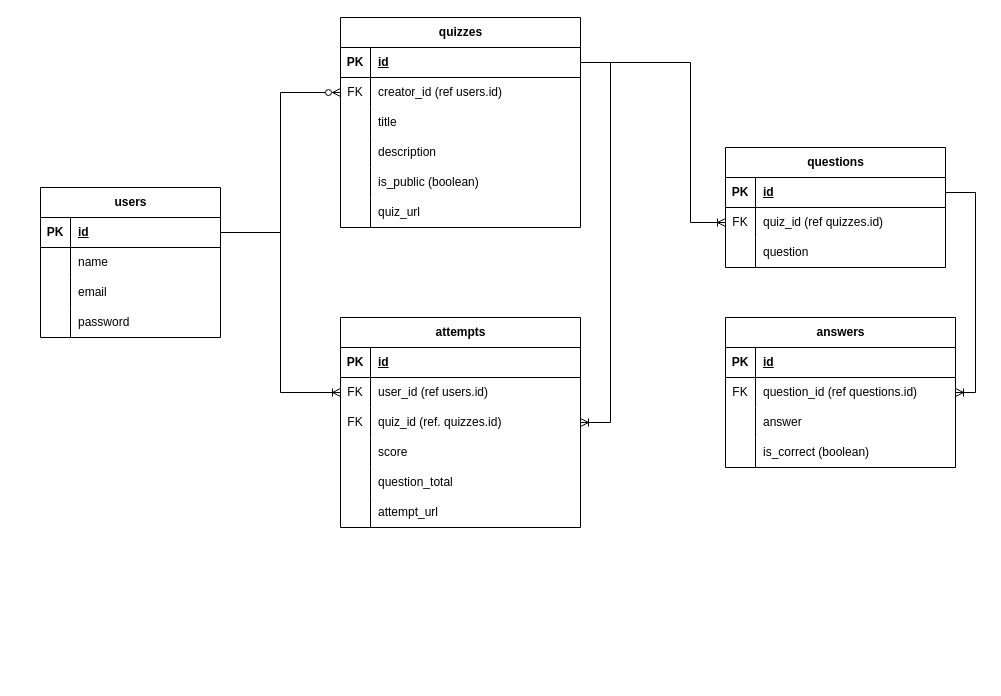
ArcaneCipher/QuizQuest keeps this draw.io diagram as db/QuizQuest_ERD.drawio. Above is the earlier version. Source tidied: cells renumbered, new cells numbered last; positions are measured from the earlier drawing's top-left corner, leaving out a move shared by most shapes. Both pictures are drawn from the tidied source at 100%, with x=0, y=0 at pixel (40, 17).
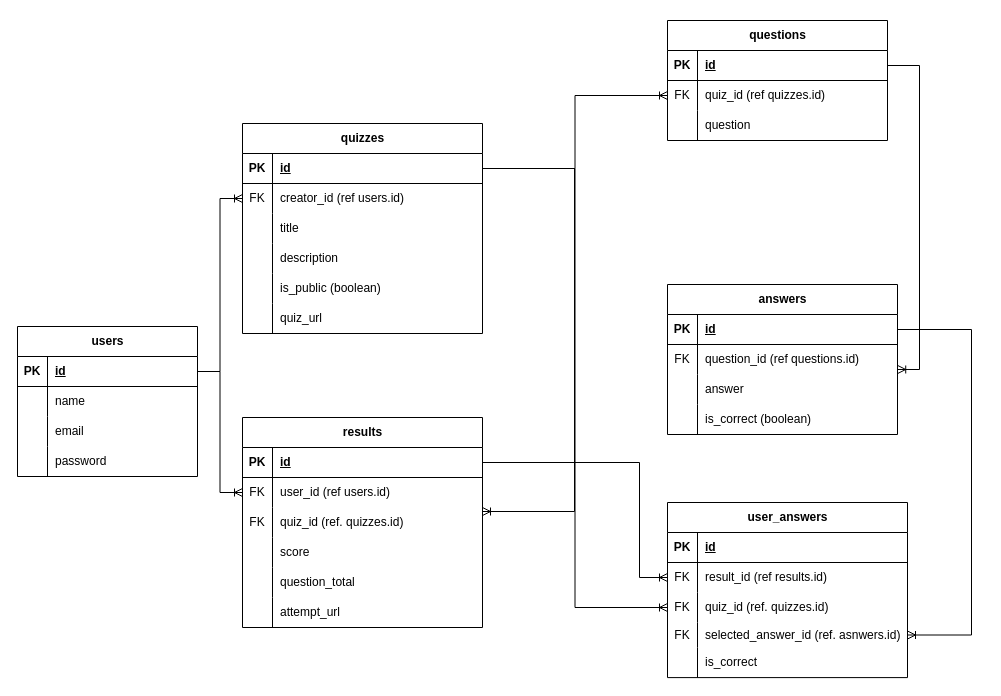
Above is the later version.

Commit message:
Add user_answers to ERD

Unchanged cells that the change refers to:
```xml
<mxCell id="3" style="shape=tableRow;horizontal=0;startSize=0;swimlaneHead=0;swimlaneBody=0;fillColor=none;points=[[0,0.5],[1,0.5]];portConstraint=eastwest;top=0;left=0;right=0;bottom=1;" parent="2" vertex="1">
  <mxGeometry y="30" width="180" height="30" as="geometry" />
</mxCell>
<mxCell id="16" style="shape=tableRow;horizontal=0;startSize=0;swimlaneHead=0;swimlaneBody=0;fillColor=none;points=[[0,0.5],[1,0.5]];portConstraint=eastwest;top=0;left=0;right=0;bottom=1;" parent="15" vertex="1">
  <mxGeometry y="30" width="240" height="30" as="geometry" />
</mxCell>
<mxCell id="19" style="shape=tableRow;horizontal=0;startSize=0;swimlaneHead=0;swimlaneBody=0;fillColor=none;points=[[0,0.5],[1,0.5]];portConstraint=eastwest;top=0;left=0;right=0;bottom=0;" parent="15" vertex="1">
  <mxGeometry y="60" width="240" height="30" as="geometry" />
</mxCell>
<mxCell id="36" style="shape=tableRow;horizontal=0;startSize=0;swimlaneHead=0;swimlaneBody=0;fillColor=none;points=[[0,0.5],[1,0.5]];portConstraint=eastwest;top=0;left=0;right=0;bottom=1;" parent="35" vertex="1">
  <mxGeometry y="30" width="220" height="30" as="geometry" />
</mxCell>
<mxCell id="39" style="shape=tableRow;horizontal=0;startSize=0;swimlaneHead=0;swimlaneBody=0;fillColor=none;points=[[0,0.5],[1,0.5]];portConstraint=eastwest;top=0;left=0;right=0;bottom=0;" parent="35" vertex="1">
  <mxGeometry y="60" width="220" height="30" as="geometry" />
</mxCell>
<mxCell id="47" style="shape=tableRow;horizontal=0;startSize=0;swimlaneHead=0;swimlaneBody=0;fillColor=none;points=[[0,0.5],[1,0.5]];portConstraint=eastwest;top=0;left=0;right=0;bottom=1;" parent="46" vertex="1">
  <mxGeometry y="30" width="230" height="30" as="geometry" />
</mxCell>
<mxCell id="50" style="shape=tableRow;horizontal=0;startSize=0;swimlaneHead=0;swimlaneBody=0;fillColor=none;points=[[0,0.5],[1,0.5]];portConstraint=eastwest;top=0;left=0;right=0;bottom=0;" parent="46" vertex="1">
  <mxGeometry y="60" width="230" height="30" as="geometry" />
</mxCell>
<mxCell id="61" style="shape=tableRow;horizontal=0;startSize=0;swimlaneHead=0;swimlaneBody=0;fillColor=none;points=[[0,0.5],[1,0.5]];portConstraint=eastwest;top=0;left=0;right=0;bottom=1;" parent="60" vertex="1">
  <mxGeometry y="30" width="240" height="30" as="geometry" />
</mxCell>
<mxCell id="64" style="shape=tableRow;horizontal=0;startSize=0;swimlaneHead=0;swimlaneBody=0;fillColor=none;points=[[0,0.5],[1,0.5]];portConstraint=eastwest;top=0;left=0;right=0;bottom=0;" parent="60" vertex="1">
  <mxGeometry y="60" width="240" height="30" as="geometry" />
</mxCell>
<mxCell id="67" style="shape=tableRow;horizontal=0;startSize=0;swimlaneHead=0;swimlaneBody=0;fillColor=none;points=[[0,0.5],[1,0.5]];portConstraint=eastwest;top=0;left=0;right=0;bottom=0;" parent="60" vertex="1">
  <mxGeometry y="90" width="240" height="30" as="geometry" />
</mxCell>
```

The edit, as a diff of the source:
```diff
@@
     <mxCell id="2" value="users" style="shape=table;startSize=30;childLayout=tableLayout;rowLines=0;fontStyle=1;align=center;html=1;" parent="1" vertex="1">
-      <mxGeometry y="170" width="180" height="150" as="geometry" />
+      <mxGeometry x="-23" y="309" width="180" height="150" as="geometry" />
     </mxCell>
@@
     <mxCell id="15" value="quizzes" style="shape=table;startSize=30;childLayout=tableLayout;rowLines=0;fontStyle=1;align=center;html=1;" parent="1" vertex="1">
-      <mxGeometry x="300" width="240" height="210" as="geometry" />
+      <mxGeometry x="202" y="106" width="240" height="210" as="geometry" />
     </mxCell>
@@
-    <mxCell id="34" style="edgeStyle=orthogonalEdgeStyle;rounded=0;jettySize=auto;html=1;entryX=0;entryY=0.5;entryDx=0;entryDy=0;endArrow=ERzeroToMany;endFill=0;exitX=1;exitY=0.5;exitDx=0;exitDy=0;" parent="1" edge="1" source="3" target="19">
-      <mxGeometry relative="1" as="geometry" />
-    </mxCell>
     <mxCell id="35" value="questions" style="shape=table;startSize=30;childLayout=tableLayout;rowLines=0;fontStyle=1;align=center;html=1;" parent="1" vertex="1">
-      <mxGeometry x="685" y="130" width="220" height="120" as="geometry" />
+      <mxGeometry x="627" y="3" width="220" height="120" as="geometry" />
     </mxCell>
@@
-    <mxCell id="45" style="edgeStyle=orthogonalEdgeStyle;rounded=0;jettySize=auto;html=1;endArrow=ERoneToMany;endFill=0;" parent="1" edge="1" source="16" target="39">
-      <mxGeometry relative="1" as="geometry">
-        <Array as="points">
-          <mxPoint x="650" y="45" />
-          <mxPoint x="650" y="205" />
-        </Array>
-      </mxGeometry>
-    </mxCell>
     <mxCell id="46" value="answers" style="shape=table;startSize=30;childLayout=tableLayout;rowLines=0;fontStyle=1;align=center;html=1;" parent="1" vertex="1">
-      <mxGeometry x="685" y="300" width="230" height="150" as="geometry" />
+      <mxGeometry x="627" y="267" width="230" height="150" as="geometry" />
     </mxCell>
@@
-    <mxCell id="59" style="edgeStyle=orthogonalEdgeStyle;rounded=0;jettySize=auto;html=1;entryX=1;entryY=0.5;entryDx=0;entryDy=0;endArrow=ERoneToMany;endFill=0;" parent="1" edge="1" source="36" target="50">
-      <mxGeometry relative="1" as="geometry" />
-    </mxCell>
-    <mxCell id="60" value="attempts" style="shape=table;startSize=30;childLayout=tableLayout;rowLines=0;fontStyle=1;align=center;html=1;" parent="1" vertex="1">
-      <mxGeometry x="300" y="300" width="240" height="210" as="geometry" />
+    <mxCell id="60" value="results" style="shape=table;startSize=30;childLayout=tableLayout;rowLines=0;fontStyle=1;align=center;html=1;" parent="1" vertex="1">
+      <mxGeometry x="202" y="400" width="240" height="210" as="geometry" />
     </mxCell>
@@
+    <mxCell id="81" value="user_answers" style="shape=table;startSize=30;childLayout=tableLayout;rowLines=0;fontStyle=1;align=center;html=1;" parent="1" vertex="1">
+      <mxGeometry x="627" y="485" width="240" height="175.1" as="geometry" />
+    </mxCell>
+    <mxCell id="82" style="shape=tableRow;horizontal=0;startSize=0;swimlaneHead=0;swimlaneBody=0;fillColor=none;top=0;left=0;right=0;bottom=1;" parent="81" vertex="1">
+      <mxGeometry y="30" width="240" height="30" as="geometry" />
+    </mxCell>
+    <mxCell id="83" value="PK" style="shape=partialRectangle;fillColor=none;top=0;left=0;bottom=0;right=0;fontStyle=1;overflow=hidden;whiteSpace=wrap;html=1;" parent="82" vertex="1">
+      <mxGeometry width="30" height="30" as="geometry" />
+    </mxCell>
+    <mxCell id="84" value="id" style="shape=partialRectangle;fillColor=none;top=0;left=0;bottom=0;right=0;align=left;spacingLeft=6;fontStyle=5;overflow=hidden;whiteSpace=wrap;html=1;" parent="82" vertex="1">
+      <mxGeometry x="30" width="210" height="30" as="geometry" />
+    </mxCell>
+    <mxCell id="85" style="shape=tableRow;horizontal=0;startSize=0;swimlaneHead=0;swimlaneBody=0;fillColor=none;points=[[0,0.5],[1,0.5]];portConstraint=eastwest;top=0;left=0;right=0;bottom=0;" parent="81" vertex="1">
+      <mxGeometry y="60" width="240" height="30" as="geometry" />
+    </mxCell>
+    <mxCell id="86" value="FK" style="shape=partialRectangle;fillColor=none;top=0;left=0;bottom=0;right=0;overflow=hidden;whiteSpace=wrap;html=1;" parent="85" vertex="1">
+      <mxGeometry width="30" height="30" as="geometry" />
+    </mxCell>
+    <mxCell id="87" value="result_id (ref results.id)" style="shape=partialRectangle;fillColor=none;top=0;left=0;bottom=0;right=0;align=left;spacingLeft=6;overflow=hidden;whiteSpace=wrap;html=1;" parent="85" vertex="1">
+      <mxGeometry x="30" width="210" height="30" as="geometry" />
+    </mxCell>
+    <mxCell id="88" style="shape=tableRow;horizontal=0;startSize=0;swimlaneHead=0;swimlaneBody=0;fillColor=none;points=[[0,0.5],[1,0.5]];portConstraint=eastwest;top=0;left=0;right=0;bottom=0;" parent="81" vertex="1">
+      <mxGeometry y="90" width="240" height="30" as="geometry" />
+    </mxCell>
+    <mxCell id="89" value="FK" style="shape=partialRectangle;fillColor=none;top=0;left=0;bottom=0;right=0;overflow=hidden;whiteSpace=wrap;html=1;" parent="88" vertex="1">
+      <mxGeometry width="30" height="30" as="geometry" />
+    </mxCell>
+    <mxCell id="90" value="quiz_id (ref. quizzes.id)" style="shape=partialRectangle;fillColor=none;top=0;left=0;bottom=0;right=0;align=left;spacingLeft=6;overflow=hidden;whiteSpace=wrap;html=1;" parent="88" vertex="1">
+      <mxGeometry x="30" width="210" height="30" as="geometry" />
+    </mxCell>
+    <mxCell id="91" style="shape=tableRow;horizontal=0;startSize=0;swimlaneHead=0;swimlaneBody=0;fillColor=none;points=[[0,0.5],[1,0.5]];portConstraint=eastwest;top=0;left=0;right=0;bottom=0;" parent="81" vertex="1">
+      <mxGeometry y="120" width="240" height="25" as="geometry" />
+    </mxCell>
+    <mxCell id="92" value="FK" style="shape=partialRectangle;fillColor=none;top=0;left=0;bottom=0;right=0;overflow=hidden;whiteSpace=wrap;html=1;" parent="91" vertex="1">
+      <mxGeometry width="30" height="25" as="geometry" />
+    </mxCell>
+    <mxCell id="93" value="selected_answer_id (ref. asnwers.id)" style="shape=partialRectangle;fillColor=none;top=0;left=0;bottom=0;right=0;align=left;spacingLeft=6;overflow=hidden;whiteSpace=wrap;html=1;" parent="91" vertex="1">
+      <mxGeometry x="30" width="210" height="25" as="geometry" />
+    </mxCell>
+    <mxCell id="94" style="shape=tableRow;horizontal=0;startSize=0;swimlaneHead=0;swimlaneBody=0;fillColor=none;top=0;left=0;right=0;bottom=0;" parent="81" vertex="1">
+      <mxGeometry y="145" width="240" height="30" as="geometry" />
+    </mxCell>
+    <mxCell id="95" style="shape=partialRectangle;fillColor=none;top=0;left=0;bottom=0;right=0;overflow=hidden;whiteSpace=wrap;html=1;" parent="94" vertex="1">
+      <mxGeometry width="30" height="30" as="geometry" />
+    </mxCell>
+    <mxCell id="96" value="is_correct" style="shape=partialRectangle;fillColor=none;top=0;left=0;bottom=0;right=0;align=left;spacingLeft=6;overflow=hidden;whiteSpace=wrap;html=1;" parent="94" vertex="1">
+      <mxGeometry x="30" width="210" height="30" as="geometry" />
+    </mxCell>
+    <mxCell id="34" style="edgeStyle=orthogonalEdgeStyle;rounded=0;jettySize=auto;html=1;endArrow=ERoneToMany;endFill=0;" parent="1" edge="1" source="3" target="19">
+      <mxGeometry relative="1" as="geometry" />
+    </mxCell>
+    <mxCell id="80" style="edgeStyle=orthogonalEdgeStyle;rounded=0;jettySize=auto;html=1;entryX=0;entryY=0.5;entryDx=0;entryDy=0;endArrow=ERoneToMany;endFill=0;" parent="1" edge="1" source="3" target="64">
+      <mxGeometry relative="1" as="geometry" />
+    </mxCell>
-    <mxCell id="79" style="edgeStyle=orthogonalEdgeStyle;rounded=0;jettySize=auto;html=1;entryX=1;entryY=0.5;entryDx=0;entryDy=0;endArrow=ERoneToMany;endFill=0;exitX=1;exitY=0.5;exitDx=0;exitDy=0;" parent="1" edge="1" source="16" target="67">
+    <mxCell id="79" style="edgeStyle=orthogonalEdgeStyle;rounded=0;jettySize=auto;html=1;exitX=1;exitY=0.5;exitDx=0;exitDy=0;endArrow=ERoneToMany;endFill=0;" parent="1" edge="1" source="16" target="67">
       <mxGeometry relative="1" as="geometry">
         <Array as="points">
-          <mxPoint x="570" y="45" />
-          <mxPoint x="570" y="405" />
+          <mxPoint x="534" y="151" />
+          <mxPoint x="534" y="494" />
         </Array>
       </mxGeometry>
     </mxCell>
-    <mxCell id="80" style="edgeStyle=orthogonalEdgeStyle;rounded=0;jettySize=auto;html=1;entryX=0;entryY=0.5;entryDx=0;entryDy=0;endArrow=ERoneToMany;endFill=0;" parent="1" edge="1" source="3" target="64">
-      <mxGeometry relative="1" as="geometry" />
-    </mxCell>
+    <mxCell id="45" style="edgeStyle=orthogonalEdgeStyle;rounded=0;jettySize=auto;html=1;entryX=0;entryY=0.5;entryDx=0;entryDy=0;endArrow=ERoneToMany;endFill=0;" parent="1" edge="1" source="16" target="39">
+      <mxGeometry relative="1" as="geometry" />
+    </mxCell>
+    <mxCell id="59" style="edgeStyle=orthogonalEdgeStyle;rounded=0;jettySize=auto;html=1;entryX=1.001;entryY=0.833;entryDx=0;entryDy=0;entryPerimeter=0;endArrow=ERoneToMany;endFill=0;exitX=1;exitY=0.5;exitDx=0;exitDy=0;" parent="1" edge="1" source="36" target="50">
+      <mxGeometry relative="1" as="geometry">
+        <Array as="points">
+          <mxPoint x="879" y="48" />
+          <mxPoint x="879" y="352" />
+        </Array>
+      </mxGeometry>
+    </mxCell>
+    <mxCell id="97" style="edgeStyle=orthogonalEdgeStyle;rounded=0;jettySize=auto;html=1;entryX=1;entryY=0.5;entryDx=0;entryDy=0;endArrow=ERoneToMany;endFill=0;" parent="1" edge="1" source="47" target="91">
+      <mxGeometry relative="1" as="geometry">
+        <Array as="points">
+          <mxPoint x="931" y="312" />
+          <mxPoint x="931" y="618" />
+        </Array>
+      </mxGeometry>
+    </mxCell>
+    <mxCell id="98" style="edgeStyle=orthogonalEdgeStyle;rounded=0;jettySize=auto;html=1;endArrow=ERoneToMany;endFill=0;" parent="1" edge="1" source="61" target="85">
+      <mxGeometry relative="1" as="geometry">
+        <Array as="points">
+          <mxPoint x="599" y="445" />
+          <mxPoint x="599" y="560" />
+        </Array>
+      </mxGeometry>
+    </mxCell>
+    <mxCell id="99" style="edgeStyle=orthogonalEdgeStyle;rounded=0;jettySize=auto;html=1;entryX=0;entryY=0.5;entryDx=0;entryDy=0;endArrow=ERoneToMany;endFill=0;" parent="1" edge="1" source="16" target="88">
+      <mxGeometry relative="1" as="geometry" />
+    </mxCell>
```
